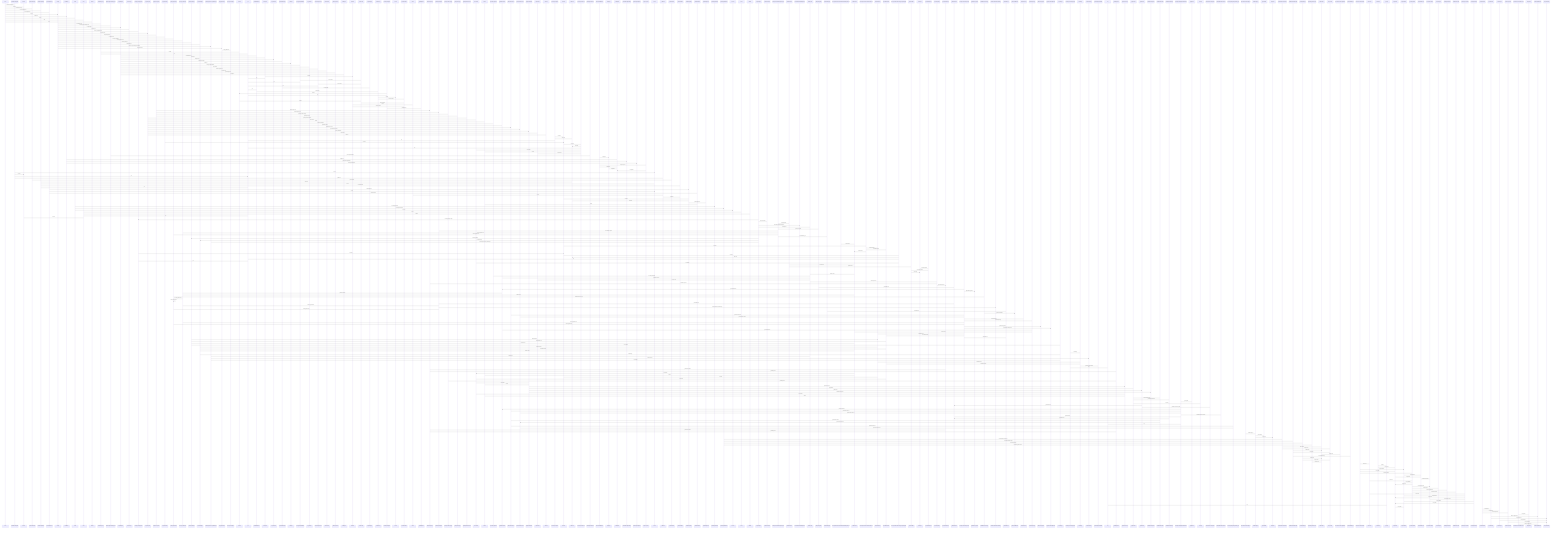
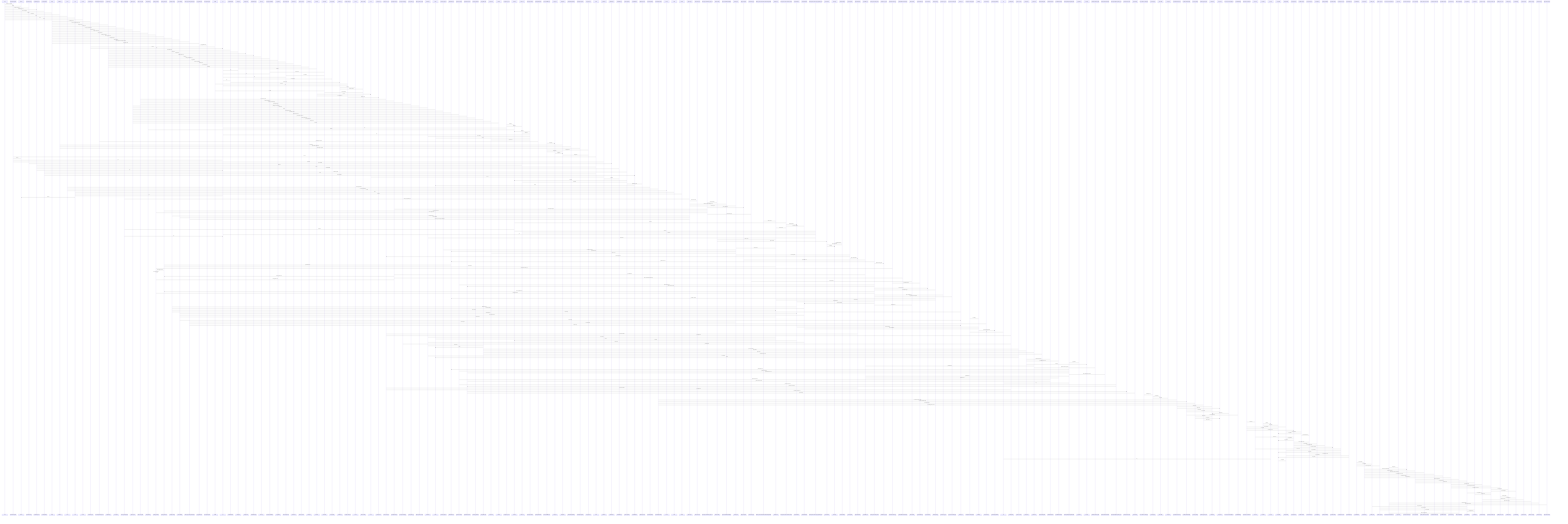
sequenceDiagram
participant participant_main as main
participant participant_findParadoxConfigFile as findParadoxConfigFile
participant participant_dirname as dirname
participant participant_loadParadoxConfig as loadParadoxConfig
participant participant_resolvePackageRoot as resolvePackageRoot
participant participant_resolveOutputRoot as resolveOutputRoot
participant participant_analyze as analyze
participant participant_buildModel as buildModel
participant participant_render as render
participant participant_write as write
participant participant_src_cli_ts as src/cli.ts
participant participant_readPackageJson as readPackageJson
participant participant_createUsageFromPackageJson as createUsageFromPackageJson
participant participant_analyzeBadges as analyzeBadges
participant participant_createProject as createProject
participant participant_createTypeScriptProgram as createTypeScriptProgram
participant participant_analyzeExports as analyzeExports
participant participant_analyzeComponents as analyzeComponents
participant participant_analyzeModules as analyzeModules
participant participant_collectTypeMembers as collectTypeMembers
participant participant_resolveTypeReference as resolveTypeReference
participant participant_collectImportGraph as collectImportGraph
participant participant_collectCallGraph as collectCallGraph
participant participant_collectComponentCompositionGraph as collectComponentCompositionGraph
participant participant_mapTypeMembers as mapTypeMembers
participant participant_src_analyze_analyze_ts as src/analyze/analyze.ts
participant participant_readFile as readFile
participant participant_join as join
participant participant_readWorkflowFiles as readWorkflowFiles
participant participant_hasAnyFile as hasAnyFile
participant participant_scriptContains as scriptContains
participant participant_workflowRunsScript as workflowRunsScript
participant participant_hasScript as hasScript
participant participant_hasTypeScriptStrictMode as hasTypeScriptStrictMode
participant participant_supportsBun as supportsBun
participant participant_readCoveragePercent as readCoveragePercent
participant participant_formatPercent as formatPercent
participant participant_getCoverageColor as getCoverageColor
participant participant_sortBadges as sortBadges
participant participant_fileExists as fileExists
participant participant_readJsonFile as readJsonFile
participant participant_escapeRegExp as escapeRegExp
participant participant_readDirectory as readDirectory
participant participant_src_analyze_badges_ts as src/analyze/badges.ts
participant participant_readdir as readdir
participant participant_isNotFoundError as isNotFoundError
participant participant_access as access
participant participant_getBadgeOrder as getBadgeOrder
participant participant_isReactComponent as isReactComponent
participant participant_collectPropsForExport as collectPropsForExport
participant participant_getComponentPropsType as getComponentPropsType
participant participant_getPropsFromType as getPropsFromType
participant participant_getEntryPointSourceFiles as getEntryPointSourceFiles
participant participant_toPosixPath as toPosixPath
participant participant_relative as relative
participant participant_resolveExportSymbol as resolveExportSymbol
participant participant_getFirstDeclaration as getFirstDeclaration
participant participant_getParadoxComment as getParadoxComment
participant participant_parseParadoxComment as parseParadoxComment
+ participant participant_createEmptyMetadata as createEmptyMetadata
participant participant_getExportMetadata as getExportMetadata
participant participant_uniqueSorted as uniqueSorted
participant participant_inferKind as inferKind
participant participant_src_analyze_exports_ts as src/analyze/exports.ts
participant participant_normalize as normalize
participant participant_isAbsolute as isAbsolute
participant participant_src_analyze_modules_ts as src/analyze/modules.ts
participant participant_getPackageBaseName as getPackageBaseName
participant participant_src_model_buildModel_ts as src/model/buildModel.ts
participant participant_mapExport as mapExport
participant participant_sortByName as sortByName
participant participant_getDefaultConfigFileName as getDefaultConfigFileName
participant participant_findConfigFactoryName as findConfigFactoryName
participant participant_mapComponent as mapComponent
participant participant_resolve as resolve
participant participant_pathExists as pathExists
participant participant_pathToFileURL as pathToFileURL
participant participant_assertPathExists as assertPathExists
participant participant_validateOutputDir as validateOutputDir
participant participant_assertWithinRoot as assertWithinRoot
participant participant_splitPathSegments as splitPathSegments
participant participant_renderBadgeArtifacts as renderBadgeArtifacts
participant participant_renderDiagramArtifacts as renderDiagramArtifacts
participant participant_renderer as renderer
participant participant_mkdir as mkdir
participant participant_writeFile as writeFile
participant participant_analyzeProject as analyzeProject
participant participant_collectSourceFiles as collectSourceFiles
participant participant_src_analyze_semantic_analyzeProject_ts as src/analyze/semantic/analyzeProject.ts
participant participant_collectDocBlocks as collectDocBlocks
participant participant_associateDocBlocksWithSymbols as associateDocBlocksWithSymbols
participant participant_collectExports as collectExports
participant participant_getExportSignature as getExportSignature
participant participant_collectRelatedTypes as collectRelatedTypes
participant participant_src_analyze_semantic_associateDocBlocksWithSymbols_ts as src/analyze/semantic/associateDocBlocksWithSymbols.ts
participant participant_relativeToRoot as relativeToRoot
participant participant_src_analyze_semantic_collectSourceFiles_ts as src/analyze/semantic/collectSourceFiles.ts
participant participant_isPathInsideRoot as isPathInsideRoot
participant participant_isNodeModulePath as isNodeModulePath
participant participant_src_analyze_semantic_createTypeScriptProgram_ts as src/analyze/semantic/createTypeScriptProgram.ts
participant participant_parseDocBlock as parseDocBlock
participant participant_collectTags as collectTags
participant participant_normalizeDocBlock as normalizeDocBlock
participant participant_detectExportKind as detectExportKind
participant participant_getDeclarationName as getDeclarationName
participant participant_getCallableNode as getCallableNode
participant participant_src_analyze_semantic_exports_ts as src/analyze/semantic/exports.ts
participant participant_getParameterTypeText as getParameterTypeText
participant participant_collectMembersFromType as collectMembersFromType
participant participant_collectDefaultValuesFromBinding as collectDefaultValuesFromBinding
participant participant_flattenMembers as flattenMembers
participant participant_getDeclaredMembers as getDeclaredMembers
participant participant_isUndefinedUnion as isUndefinedUnion
participant participant_shouldExpandType as shouldExpandType
participant participant_getDeclaredTypeText as getDeclaredTypeText
participant participant_appendUndefinedIfOptional as appendUndefinedIfOptional
participant participant_uniqueEdges as uniqueEdges
participant participant_src_analyze_semantic_graphs_ts as src/analyze/semantic/graphs.ts
participant participant_toCallEdge as toCallEdge
participant participant_findJsxElements as findJsxElements
participant participant_getEnclosingSymbolName as getEnclosingSymbolName
participant participant_key as key
participant participant_getCallSignature as getCallSignature
participant participant_getSourceLocation as getSourceLocation
participant participant_getSignatures as getSignatures
participant participant_getMembers as getMembers
participant participant_collectRelatedSymbols as collectRelatedSymbols
participant participant_readParadoxMetadata as readParadoxMetadata
participant participant_getCallableDeclarations as getCallableDeclarations
participant participant_src_analyze_utils_getExportMetadata_ts as src/analyze/utils/getExportMetadata.ts
participant participant_getSignature as getSignature
participant participant_uniqueBy as uniqueBy
participant participant_getMembersFromProperties as getMembersFromProperties
participant participant_isMemberMethodDeclaration as isMemberMethodDeclaration
participant participant_src_analyze_utils_getPropsFromType_ts as src/analyze/utils/getPropsFromType.ts
+ participant participant_normalizeCommentLines as normalizeCommentLines
+ participant participant_parseExample as parseExample
participant participant_src_render_renderers_badges_ts as src/render/renderers/badges.ts
participant participant_renderBadgeSvg as renderBadgeSvg
participant participant_getTextWidth as getTextWidth
participant participant_escapeXml as escapeXml
participant participant_renderArchitectureOverview as renderArchitectureOverview
participant participant_renderModuleRelationships as renderModuleRelationships
participant participant_renderExportGraph as renderExportGraph
participant participant_renderEntrypointSequence as renderEntrypointSequence
participant participant_toMermaidId as toMermaidId
participant participant_escapeLabel as escapeLabel
participant participant_src_render_renderers_diagrams_ts as src/render/renderers/diagrams.ts
participant participant_renderFallbackEdge as renderFallbackEdge
participant participant_src_render_renderers_html_ts as src/render/renderers/html.ts
participant participant_toAnchorId as toAnchorId
participant participant_renderHtml as renderHtml
participant participant_groupBy as groupBy
participant participant_escapeHtml as escapeHtml
participant participant_escapeAttribute as escapeAttribute
participant participant_renderExportCard as renderExportCard
participant participant_renderModuleCard as renderModuleCard
participant participant_renderInlineCodeList as renderInlineCodeList
participant participant_renderChipList as renderChipList
participant participant_renderSignatureBlock as renderSignatureBlock
participant participant_renderMemberTable as renderMemberTable
participant participant_renderComponentCard as renderComponentCard
participant participant_renderDiagramCard as renderDiagramCard
participant participant_renderMarkdown as renderMarkdown
participant participant_renderReadme as renderReadme
participant participant_renderExports as renderExports
participant participant_renderComponents as renderComponents
participant participant_src_render_renderers_markdown_ts as src/render/renderers/markdown.ts
participant participant_badgeLabel as badgeLabel
+ participant participant_renderDocumentationTags as renderDocumentationTags
+ participant participant_renderConfiguration as renderConfiguration
+ participant participant_renderGeneratedDocumentation as renderGeneratedDocumentation
+ participant participant_renderArchitecturePreview as renderArchitecturePreview
+ participant participant_renderPathResolution as renderPathResolution
+ participant participant_renderReadmeApi as renderReadmeApi
participant participant_flattenConfigMembers as flattenConfigMembers
participant participant_escapeTableCell as escapeTableCell
+ participant participant_renderDefault as renderDefault
+ participant participant_getReadmeGroups as getReadmeGroups
+ participant participant_renderComponentAccordion as renderComponentAccordion
+ participant participant_renderExportAccordion as renderExportAccordion
+ participant participant_renderSignature as renderSignature
+ participant participant_renderExamples as renderExamples
+ participant participant_addReadmeItem as addReadmeItem
+ participant participant_getReadmeCategory as getReadmeCategory
+ participant participant_sortReadmeItems as sortReadmeItems
+ participant participant_getReadmeItemName as getReadmeItemName
  participant_main->>participant_findParadoxConfigFile: findParadoxConfigFile
  participant_main->>participant_dirname: dirname
  participant_main->>participant_loadParadoxConfig: loadParadoxConfig
  participant_main->>participant_resolvePackageRoot: resolvePackageRoot
  participant_main->>participant_resolveOutputRoot: resolveOutputRoot
  participant_main->>participant_analyze: analyze
  participant_main->>participant_buildModel: buildModel
  participant_main->>participant_render: render
  participant_main->>participant_write: write
  participant_src_cli_ts->>participant_main: main
  participant_analyze->>participant_readPackageJson: readPackageJson
  participant_analyze->>participant_createUsageFromPackageJson: createUsageFromPackageJson
  participant_analyze->>participant_analyzeBadges: analyzeBadges
  participant_analyze->>participant_createProject: createProject
  participant_analyze->>participant_createTypeScriptProgram: createTypeScriptProgram
  participant_analyze->>participant_analyzeExports: analyzeExports
  participant_analyze->>participant_analyzeComponents: analyzeComponents
  participant_analyze->>participant_analyzeModules: analyzeModules
  participant_analyze->>participant_collectTypeMembers: collectTypeMembers
  participant_analyze->>participant_resolveTypeReference: resolveTypeReference
  participant_analyze->>participant_collectImportGraph: collectImportGraph
  participant_analyze->>participant_collectCallGraph: collectCallGraph
  participant_analyze->>participant_collectComponentCompositionGraph: collectComponentCompositionGraph
  participant_analyze->>participant_mapTypeMembers: mapTypeMembers
  participant_src_analyze_analyze_ts->>participant_mapTypeMembers: mapTypeMembers
  participant_readPackageJson->>participant_readFile: readFile
  participant_readPackageJson->>participant_join: join
  participant_analyzeBadges->>participant_readWorkflowFiles: readWorkflowFiles
  participant_analyzeBadges->>participant_hasAnyFile: hasAnyFile
  participant_analyzeBadges->>participant_scriptContains: scriptContains
  participant_analyzeBadges->>participant_workflowRunsScript: workflowRunsScript
  participant_analyzeBadges->>participant_hasScript: hasScript
  participant_analyzeBadges->>participant_hasTypeScriptStrictMode: hasTypeScriptStrictMode
  participant_analyzeBadges->>participant_supportsBun: supportsBun
  participant_analyzeBadges->>participant_readCoveragePercent: readCoveragePercent
  participant_analyzeBadges->>participant_formatPercent: formatPercent
  participant_analyzeBadges->>participant_getCoverageColor: getCoverageColor
  participant_analyzeBadges->>participant_sortBadges: sortBadges
  participant_hasAnyFile->>participant_fileExists: fileExists
  participant_hasAnyFile->>participant_join: join
  participant_hasTypeScriptStrictMode->>participant_readJsonFile: readJsonFile
  participant_hasTypeScriptStrictMode->>participant_join: join
  participant_readCoveragePercent->>participant_readJsonFile: readJsonFile
  participant_readCoveragePercent->>participant_join: join
  participant_workflowRunsScript->>participant_escapeRegExp: escapeRegExp
  participant_readWorkflowFiles->>participant_join: join
  participant_readWorkflowFiles->>participant_readDirectory: readDirectory
  participant_src_analyze_badges_ts->>participant_readFile: readFile
  participant_src_analyze_badges_ts->>participant_join: join
  participant_readDirectory->>participant_readdir: readdir
  participant_readDirectory->>participant_isNotFoundError: isNotFoundError
  participant_readJsonFile->>participant_readFile: readFile
  participant_readJsonFile->>participant_isNotFoundError: isNotFoundError
  participant_fileExists->>participant_access: access
  participant_fileExists->>participant_isNotFoundError: isNotFoundError
  participant_src_analyze_badges_ts->>participant_getBadgeOrder: getBadgeOrder
  participant_analyzeComponents->>participant_isReactComponent: isReactComponent
  participant_analyzeComponents->>participant_collectPropsForExport: collectPropsForExport
  participant_analyzeComponents->>participant_getComponentPropsType: getComponentPropsType
  participant_analyzeComponents->>participant_getPropsFromType: getPropsFromType
  participant_analyzeExports->>participant_getEntryPointSourceFiles: getEntryPointSourceFiles
  participant_analyzeExports->>participant_toPosixPath: toPosixPath
  participant_analyzeExports->>participant_relative: relative
  participant_analyzeExports->>participant_resolveExportSymbol: resolveExportSymbol
  participant_analyzeExports->>participant_getFirstDeclaration: getFirstDeclaration
  participant_analyzeExports->>participant_getParadoxComment: getParadoxComment
  participant_analyzeExports->>participant_parseParadoxComment: parseParadoxComment
+   participant_analyzeExports->>participant_createEmptyMetadata: createEmptyMetadata
  participant_analyzeExports->>participant_getExportMetadata: getExportMetadata
  participant_analyzeExports->>participant_uniqueSorted: uniqueSorted
  participant_analyzeExports->>participant_inferKind: inferKind
  participant_src_analyze_exports_ts->>participant_normalize: normalize
  participant_src_analyze_exports_ts->>participant_isAbsolute: isAbsolute
  participant_src_analyze_exports_ts->>participant_join: join
  participant_analyzeModules->>participant_normalize: normalize
  participant_src_analyze_modules_ts->>participant_normalize: normalize
  participant_src_analyze_modules_ts->>participant_isAbsolute: isAbsolute
  participant_src_analyze_modules_ts->>participant_join: join
  participant_src_analyze_modules_ts->>participant_toPosixPath: toPosixPath
  participant_src_analyze_modules_ts->>participant_relative: relative
  participant_src_analyze_modules_ts->>participant_uniqueSorted: uniqueSorted
  participant_createUsageFromPackageJson->>participant_getPackageBaseName: getPackageBaseName
  participant_src_model_buildModel_ts->>participant_mapExport: mapExport
  participant_buildModel->>participant_sortByName: sortByName
  participant_buildModel->>participant_getDefaultConfigFileName: getDefaultConfigFileName
  participant_buildModel->>participant_findConfigFactoryName: findConfigFactoryName
  participant_src_model_buildModel_ts->>participant_mapComponent: mapComponent
  participant_src_model_buildModel_ts->>participant_sortByName: sortByName
  participant_mapExport->>participant_sortByName: sortByName
  participant_mapComponent->>participant_sortByName: sortByName
  participant_findParadoxConfigFile->>participant_resolve: resolve
  participant_findParadoxConfigFile->>participant_dirname: dirname
  participant_findParadoxConfigFile->>participant_join: join
  participant_findParadoxConfigFile->>participant_pathExists: pathExists
  participant_loadParadoxConfig->>participant_pathToFileURL: pathToFileURL
  participant_resolvePackageRoot->>participant_isAbsolute: isAbsolute
  participant_resolvePackageRoot->>participant_resolve: resolve
  participant_resolvePackageRoot->>participant_assertPathExists: assertPathExists
  participant_resolvePackageRoot->>participant_join: join
  participant_resolveOutputRoot->>participant_validateOutputDir: validateOutputDir
  participant_resolveOutputRoot->>participant_resolve: resolve
  participant_resolveOutputRoot->>participant_assertWithinRoot: assertWithinRoot
  participant_pathExists->>participant_access: access
  participant_assertPathExists->>participant_pathExists: pathExists
  participant_validateOutputDir->>participant_normalize: normalize
  participant_validateOutputDir->>participant_isAbsolute: isAbsolute
  participant_validateOutputDir->>participant_splitPathSegments: splitPathSegments
  participant_assertWithinRoot->>participant_relative: relative
  participant_render->>participant_renderBadgeArtifacts: renderBadgeArtifacts
  participant_render->>participant_renderDiagramArtifacts: renderDiagramArtifacts
  participant_render->>participant_renderer: renderer
  participant_write->>participant_mkdir: mkdir
  participant_write->>participant_writeFile: writeFile
  participant_write->>participant_join: join
  participant_write->>participant_dirname: dirname
  participant_analyzeProject->>participant_createTypeScriptProgram: createTypeScriptProgram
  participant_analyzeProject->>participant_collectSourceFiles: collectSourceFiles
  participant_src_analyze_semantic_analyzeProject_ts->>participant_collectDocBlocks: collectDocBlocks
  participant_analyzeProject->>participant_associateDocBlocksWithSymbols: associateDocBlocksWithSymbols
  participant_analyzeProject->>participant_collectExports: collectExports
  participant_src_analyze_semantic_analyzeProject_ts->>participant_getExportSignature: getExportSignature
  participant_src_analyze_semantic_analyzeProject_ts->>participant_collectPropsForExport: collectPropsForExport
  participant_src_analyze_semantic_analyzeProject_ts->>participant_resolveTypeReference: resolveTypeReference
  participant_src_analyze_semantic_analyzeProject_ts->>participant_collectTypeMembers: collectTypeMembers
  participant_src_analyze_semantic_analyzeProject_ts->>participant_collectRelatedTypes: collectRelatedTypes
  participant_analyzeProject->>participant_collectImportGraph: collectImportGraph
  participant_analyzeProject->>participant_collectCallGraph: collectCallGraph
  participant_analyzeProject->>participant_collectComponentCompositionGraph: collectComponentCompositionGraph
  participant_src_analyze_semantic_associateDocBlocksWithSymbols_ts->>participant_relativeToRoot: relativeToRoot
  participant_src_analyze_semantic_collectSourceFiles_ts->>participant_normalize: normalize
  participant_src_analyze_semantic_collectSourceFiles_ts->>participant_isPathInsideRoot: isPathInsideRoot
  participant_src_analyze_semantic_collectSourceFiles_ts->>participant_isNodeModulePath: isNodeModulePath
  participant_src_analyze_semantic_collectSourceFiles_ts->>participant_relativeToRoot: relativeToRoot
  participant_createTypeScriptProgram->>participant_normalize: normalize
  participant_src_analyze_semantic_createTypeScriptProgram_ts->>participant_normalize: normalize
  participant_src_analyze_semantic_createTypeScriptProgram_ts->>participant_isAbsolute: isAbsolute
  participant_src_analyze_semantic_createTypeScriptProgram_ts->>participant_join: join
  participant_createTypeScriptProgram->>participant_join: join
  participant_src_analyze_semantic_createTypeScriptProgram_ts->>participant_toPosixPath: toPosixPath
  participant_collectDocBlocks->>participant_relativeToRoot: relativeToRoot
  participant_collectDocBlocks->>participant_parseDocBlock: parseDocBlock
  participant_collectTags->>participant_normalizeDocBlock: normalizeDocBlock
  participant_parseDocBlock->>participant_normalizeDocBlock: normalizeDocBlock
  participant_parseDocBlock->>participant_collectTags: collectTags
  participant_collectExports->>participant_relativeToRoot: relativeToRoot
  participant_collectExports->>participant_resolveExportSymbol: resolveExportSymbol
  participant_collectExports->>participant_getFirstDeclaration: getFirstDeclaration
  participant_collectExports->>participant_uniqueSorted: uniqueSorted
  participant_collectExports->>participant_detectExportKind: detectExportKind
  participant_detectExportKind->>participant_isReactComponent: isReactComponent
  participant_detectExportKind->>participant_getDeclarationName: getDeclarationName
  participant_getExportSignature->>participant_getCallableNode: getCallableNode
  participant_src_analyze_semantic_exports_ts->>participant_getFirstDeclaration: getFirstDeclaration
  participant_src_analyze_semantic_exports_ts->>participant_getParameterTypeText: getParameterTypeText
  participant_resolveTypeReference->>participant_getFirstDeclaration: getFirstDeclaration
  participant_resolveTypeReference->>participant_relativeToRoot: relativeToRoot
  participant_collectTypeMembers->>participant_collectMembersFromType: collectMembersFromType
  participant_collectTypeMembers->>participant_resolveTypeReference: resolveTypeReference
  participant_collectTypeMembers->>participant_collectTypeMembers: collectTypeMembers
  participant_collectPropsForExport->>participant_getCallableNode: getCallableNode
  participant_collectPropsForExport->>participant_resolveTypeReference: resolveTypeReference
  participant_collectPropsForExport->>participant_collectDefaultValuesFromBinding: collectDefaultValuesFromBinding
  participant_collectPropsForExport->>participant_collectTypeMembers: collectTypeMembers
  participant_collectRelatedTypes->>participant_flattenMembers: flattenMembers
  participant_collectMembersFromType->>participant_getDeclaredMembers: getDeclaredMembers
  participant_src_analyze_semantic_exports_ts->>participant_getParadoxComment: getParadoxComment
  participant_src_analyze_semantic_exports_ts->>participant_parseParadoxComment: parseParadoxComment
  participant_src_analyze_semantic_exports_ts->>participant_isUndefinedUnion: isUndefinedUnion
  participant_src_analyze_semantic_exports_ts->>participant_shouldExpandType: shouldExpandType
  participant_src_analyze_semantic_exports_ts->>participant_resolveTypeReference: resolveTypeReference
  participant_src_analyze_semantic_exports_ts->>participant_collectTypeMembers: collectTypeMembers
  participant_src_analyze_semantic_exports_ts->>participant_getDeclaredTypeText: getDeclaredTypeText
  participant_src_analyze_semantic_exports_ts->>participant_appendUndefinedIfOptional: appendUndefinedIfOptional
  participant_shouldExpandType->>participant_getFirstDeclaration: getFirstDeclaration
  participant_shouldExpandType->>participant_relativeToRoot: relativeToRoot
  participant_src_analyze_semantic_exports_ts->>participant_isPathInsideRoot: isPathInsideRoot
  participant_src_analyze_semantic_exports_ts->>participant_isNodeModulePath: isNodeModulePath
  participant_src_analyze_semantic_exports_ts->>participant_flattenMembers: flattenMembers
  participant_collectImportGraph->>participant_isPathInsideRoot: isPathInsideRoot
  participant_collectImportGraph->>participant_isNodeModulePath: isNodeModulePath
  participant_collectImportGraph->>participant_relativeToRoot: relativeToRoot
  participant_collectImportGraph->>participant_uniqueEdges: uniqueEdges
  participant_collectCallGraph->>participant_isPathInsideRoot: isPathInsideRoot
  participant_collectCallGraph->>participant_isNodeModulePath: isNodeModulePath
  participant_collectCallGraph->>participant_relativeToRoot: relativeToRoot
  participant_src_analyze_semantic_graphs_ts->>participant_toCallEdge: toCallEdge
  participant_collectCallGraph->>participant_uniqueEdges: uniqueEdges
  participant_collectComponentCompositionGraph->>participant_collectExports: collectExports
  participant_collectComponentCompositionGraph->>participant_findJsxElements: findJsxElements
  participant_collectComponentCompositionGraph->>participant_uniqueEdges: uniqueEdges
  participant_toCallEdge->>participant_isPathInsideRoot: isPathInsideRoot
  participant_toCallEdge->>participant_isNodeModulePath: isNodeModulePath
  participant_toCallEdge->>participant_getEnclosingSymbolName: getEnclosingSymbolName
  participant_src_analyze_semantic_graphs_ts->>participant_key: key
  participant_isReactComponent->>participant_getDeclarationName: getDeclarationName
  participant_isReactComponent->>participant_getCallSignature: getCallSignature
  participant_relativeToRoot->>participant_toPosixPath: toPosixPath
  participant_relativeToRoot->>participant_relative: relative
  participant_isPathInsideRoot->>participant_normalize: normalize
  participant_isNodeModulePath->>participant_toPosixPath: toPosixPath
  participant_getComponentPropsType->>participant_getCallSignature: getCallSignature
  participant_getExportMetadata->>participant_toPosixPath: toPosixPath
  participant_getExportMetadata->>participant_relative: relative
  participant_getExportMetadata->>participant_getSourceLocation: getSourceLocation
  participant_getExportMetadata->>participant_getSignatures: getSignatures
  participant_getExportMetadata->>participant_getMembers: getMembers
  participant_getExportMetadata->>participant_collectRelatedSymbols: collectRelatedSymbols
  participant_getSourceLocation->>participant_toPosixPath: toPosixPath
  participant_getSourceLocation->>participant_relative: relative
  participant_getSignatures->>participant_readParadoxMetadata: readParadoxMetadata
  participant_getSignatures->>participant_getCallableDeclarations: getCallableDeclarations
  participant_src_analyze_utils_getExportMetadata_ts->>participant_getSignature: getSignature
  participant_getSignatures->>participant_uniqueBy: uniqueBy
  participant_getMembers->>participant_getCallableNode: getCallableNode
  participant_getMembers->>participant_getMembersFromProperties: getMembersFromProperties
  participant_src_analyze_utils_getExportMetadata_ts->>participant_getFirstDeclaration: getFirstDeclaration
  participant_src_analyze_utils_getExportMetadata_ts->>participant_getParadoxComment: getParadoxComment
  participant_src_analyze_utils_getExportMetadata_ts->>participant_parseParadoxComment: parseParadoxComment
  participant_src_analyze_utils_getExportMetadata_ts->>participant_isMemberMethodDeclaration: isMemberMethodDeclaration
  participant_src_analyze_utils_getExportMetadata_ts->>participant_getCallableNode: getCallableNode
  participant_getCallableDeclarations->>participant_getCallableNode: getCallableNode
  participant_readParadoxMetadata->>participant_getParadoxComment: getParadoxComment
  participant_readParadoxMetadata->>participant_parseParadoxComment: parseParadoxComment
  participant_src_analyze_utils_getExportMetadata_ts->>participant_key: key
  participant_src_analyze_utils_getPropsFromType_ts->>participant_getParadoxComment: getParadoxComment
  participant_src_analyze_utils_getPropsFromType_ts->>participant_parseParadoxComment: parseParadoxComment
  participant_isReactComponent->>participant_getDeclarationName: getDeclarationName
  participant_isReactComponent->>participant_getCallSignature: getCallSignature
+   participant_parseParadoxComment->>participant_normalizeCommentLines: normalizeCommentLines
+   participant_parseParadoxComment->>participant_parseExample: parseExample
  participant_src_render_renderers_badges_ts->>participant_renderBadgeSvg: renderBadgeSvg
  participant_renderBadgeSvg->>participant_getTextWidth: getTextWidth
  participant_renderBadgeSvg->>participant_escapeXml: escapeXml
  participant_renderDiagramArtifacts->>participant_renderArchitectureOverview: renderArchitectureOverview
  participant_renderDiagramArtifacts->>participant_renderModuleRelationships: renderModuleRelationships
  participant_renderDiagramArtifacts->>participant_renderExportGraph: renderExportGraph
  participant_renderDiagramArtifacts->>participant_renderEntrypointSequence: renderEntrypointSequence
  participant_renderArchitectureOverview->>participant_toMermaidId: toMermaidId
  participant_renderArchitectureOverview->>participant_escapeLabel: escapeLabel
  participant_renderModuleRelationships->>participant_toMermaidId: toMermaidId
  participant_renderModuleRelationships->>participant_escapeLabel: escapeLabel
  participant_src_render_renderers_diagrams_ts->>participant_toMermaidId: toMermaidId
  participant_renderModuleRelationships->>participant_renderFallbackEdge: renderFallbackEdge
  participant_renderExportGraph->>participant_toMermaidId: toMermaidId
  participant_renderExportGraph->>participant_escapeLabel: escapeLabel
  participant_renderEntrypointSequence->>participant_toMermaidId: toMermaidId
  participant_src_render_renderers_html_ts->>participant_toAnchorId: toAnchorId
  participant_renderHtml->>participant_groupBy: groupBy
  participant_renderHtml->>participant_escapeHtml: escapeHtml
  participant_src_render_renderers_html_ts->>participant_escapeAttribute: escapeAttribute
  participant_src_render_renderers_html_ts->>participant_escapeHtml: escapeHtml
  participant_src_render_renderers_html_ts->>participant_renderExportCard: renderExportCard
  participant_renderModuleCard->>participant_escapeAttribute: escapeAttribute
  participant_renderModuleCard->>participant_escapeHtml: escapeHtml
  participant_renderModuleCard->>participant_renderInlineCodeList: renderInlineCodeList
  participant_renderExportCard->>participant_toAnchorId: toAnchorId
  participant_renderExportCard->>participant_escapeAttribute: escapeAttribute
  participant_renderExportCard->>participant_escapeHtml: escapeHtml
  participant_renderExportCard->>participant_renderInlineCodeList: renderInlineCodeList
  participant_renderExportCard->>participant_renderChipList: renderChipList
  participant_renderExportCard->>participant_renderSignatureBlock: renderSignatureBlock
  participant_renderExportCard->>participant_renderMemberTable: renderMemberTable
  participant_renderComponentCard->>participant_toAnchorId: toAnchorId
  participant_renderComponentCard->>participant_escapeAttribute: escapeAttribute
  participant_renderComponentCard->>participant_escapeHtml: escapeHtml
  participant_renderComponentCard->>participant_renderInlineCodeList: renderInlineCodeList
  participant_renderDiagramCard->>participant_escapeAttribute: escapeAttribute
  participant_renderDiagramCard->>participant_escapeHtml: escapeHtml
  participant_groupBy->>participant_key: key
  participant_escapeAttribute->>participant_escapeHtml: escapeHtml
  participant_renderMarkdown->>participant_renderReadme: renderReadme
  participant_renderMarkdown->>participant_renderExports: renderExports
  participant_renderMarkdown->>participant_renderComponents: renderComponents
  participant_src_render_renderers_markdown_ts->>participant_badgeLabel: badgeLabel
-   participant_renderReadme->>participant_flattenConfigMembers: flattenConfigMembers
-   participant_renderReadme->>participant_escapeTableCell: escapeTableCell
+   participant_renderReadme->>participant_renderDocumentationTags: renderDocumentationTags
+   participant_renderReadme->>participant_renderConfiguration: renderConfiguration
+   participant_renderReadme->>participant_renderGeneratedDocumentation: renderGeneratedDocumentation
+   participant_renderReadme->>participant_renderArchitecturePreview: renderArchitecturePreview
+   participant_renderReadme->>participant_renderPathResolution: renderPathResolution
+   participant_renderReadme->>participant_renderReadmeApi: renderReadmeApi
+   participant_renderConfiguration->>participant_flattenConfigMembers: flattenConfigMembers
+   participant_renderConfiguration->>participant_escapeTableCell: escapeTableCell
+   participant_renderConfiguration->>participant_renderDefault: renderDefault
+   participant_renderReadmeApi->>participant_getReadmeGroups: getReadmeGroups
+   participant_renderReadmeApi->>participant_renderComponentAccordion: renderComponentAccordion
+   participant_renderReadmeApi->>participant_renderExportAccordion: renderExportAccordion
+   participant_renderComponentAccordion->>participant_renderSignature: renderSignature
+   participant_renderComponentAccordion->>participant_renderExamples: renderExamples
+   participant_renderComponentAccordion->>participant_escapeTableCell: escapeTableCell
+   participant_renderComponentAccordion->>participant_renderDefault: renderDefault
+   participant_renderExportAccordion->>participant_renderSignature: renderSignature
+   participant_renderExportAccordion->>participant_renderExamples: renderExamples
+   participant_getReadmeGroups->>participant_addReadmeItem: addReadmeItem
+   participant_getReadmeGroups->>participant_getReadmeCategory: getReadmeCategory
+   participant_src_render_renderers_markdown_ts->>participant_sortReadmeItems: sortReadmeItems
+   participant_src_render_renderers_markdown_ts->>participant_getReadmeItemName: getReadmeItemName
  participant_renderExports->>participant_escapeTableCell: escapeTableCell
  participant_renderComponents->>participant_escapeTableCell: escapeTableCell
+   participant_renderComponents->>participant_renderDefault: renderDefault
+   participant_renderDefault->>participant_escapeTableCell: escapeTableCell
  participant_src_render_renderers_markdown_ts->>participant_flattenConfigMembers: flattenConfigMembers
